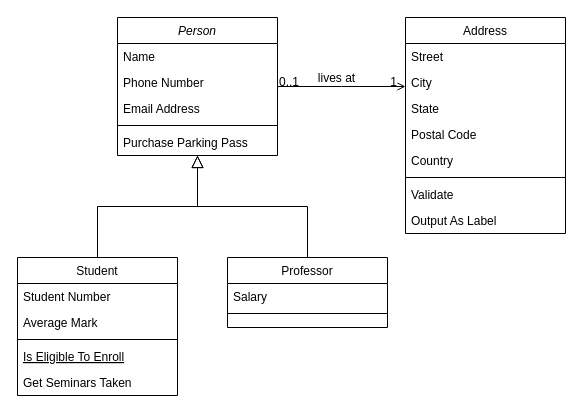
The draw.io diagram diagrams/JJ.drawio in bso-hef/quarkus-rest-json-quickstart, before the edit. Source tidied: cells renumbered, new cells numbered last; positions are measured from the earlier drawing's top-left corner, leaving out a move shared by most shapes. Both pictures are drawn from the tidied source at 100%, with x=0, y=0 at pixel (17, 17).
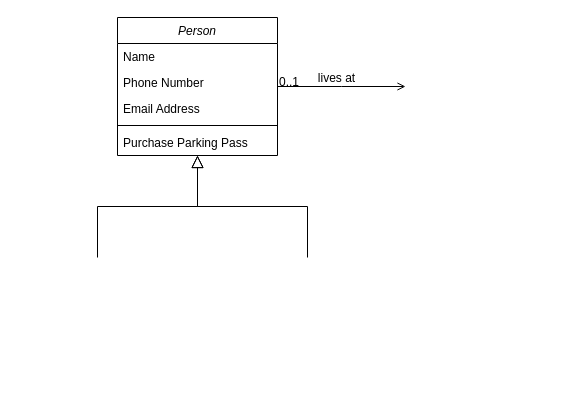
The same page after the edit.

Unchanged cells that the change refers to:
```xml
<mxCell id="2" value="Person" style="swimlane;fontStyle=2;align=center;verticalAlign=top;horizontal=1;startSize=26;rounded=0;shadow=0;strokeWidth=1;" parent="1" vertex="1">
  <mxGeometry x="100" width="160" height="138" as="geometry" />
</mxCell>
```

Change to the diagram source:
```diff
@@
-    <mxCell id="8" value="Student" style="swimlane;fontStyle=0;align=center;verticalAlign=top;horizontal=1;startSize=26;rounded=0;shadow=0;strokeWidth=1;" parent="1" vertex="1">
-      <mxGeometry y="240" width="160" height="138" as="geometry" />
-    </mxCell>
-    <mxCell id="9" value="Student Number" style="text;align=left;verticalAlign=top;spacingLeft=4;spacingRight=4;overflow=hidden;" parent="8" vertex="1">
-      <mxGeometry y="26" width="160" height="26" as="geometry" />
-    </mxCell>
-    <mxCell id="10" value="Average Mark" style="text;align=left;verticalAlign=top;spacingLeft=4;spacingRight=4;overflow=hidden;rounded=0;shadow=0;html=0;" parent="8" vertex="1">
-      <mxGeometry y="52" width="160" height="26" as="geometry" />
-    </mxCell>
-    <mxCell id="11" style="line;html=1;strokeWidth=1;align=left;verticalAlign=middle;spacingTop=-1;spacingLeft=3;spacingRight=3;labelPosition=right;" parent="8" vertex="1">
-      <mxGeometry y="78" width="160" height="8" as="geometry" />
-    </mxCell>
-    <mxCell id="12" value="Is Eligible To Enroll" style="text;align=left;verticalAlign=top;spacingLeft=4;spacingRight=4;overflow=hidden;fontStyle=4;" parent="8" vertex="1">
-      <mxGeometry y="86" width="160" height="26" as="geometry" />
-    </mxCell>
-    <mxCell id="13" value="Get Seminars Taken" style="text;align=left;verticalAlign=top;spacingLeft=4;spacingRight=4;overflow=hidden;" parent="8" vertex="1">
-      <mxGeometry y="112" width="160" height="26" as="geometry" />
-    </mxCell>
-    <mxCell id="14" style="endArrow=block;endSize=10;endFill=0;shadow=0;strokeWidth=1;rounded=0;edgeStyle=elbowEdgeStyle;elbow=vertical;" parent="1" edge="1" source="8" target="2">
-      <mxGeometry relative="1" as="geometry" />
+    <mxCell id="14" style="endArrow=block;endSize=10;endFill=0;shadow=0;strokeWidth=1;rounded=0;edgeStyle=elbowEdgeStyle;elbow=vertical;" parent="1" edge="1" target="2">
+      <mxGeometry relative="1" as="geometry">
+        <mxPoint x="80" y="240" as="sourcePoint" />
+      </mxGeometry>
     </mxCell>
-    <mxCell id="15" value="Professor" style="swimlane;fontStyle=0;align=center;verticalAlign=top;horizontal=1;startSize=26;rounded=0;shadow=0;strokeWidth=1;" parent="1" vertex="1">
-      <mxGeometry x="210" y="240" width="160" height="70" as="geometry" />
-    </mxCell>
-    <mxCell id="16" value="Salary" style="text;align=left;verticalAlign=top;spacingLeft=4;spacingRight=4;overflow=hidden;" parent="15" vertex="1">
-      <mxGeometry y="26" width="160" height="26" as="geometry" />
-    </mxCell>
-    <mxCell id="17" style="line;html=1;strokeWidth=1;align=left;verticalAlign=middle;spacingTop=-1;spacingLeft=3;spacingRight=3;labelPosition=right;" parent="15" vertex="1">
-      <mxGeometry y="52" width="160" height="8" as="geometry" />
-    </mxCell>
-    <mxCell id="18" style="endArrow=block;endSize=10;endFill=0;shadow=0;strokeWidth=1;rounded=0;edgeStyle=elbowEdgeStyle;elbow=vertical;" parent="1" edge="1" source="15" target="2">
-      <mxGeometry relative="1" as="geometry" />
+    <mxCell id="18" style="endArrow=block;endSize=10;endFill=0;shadow=0;strokeWidth=1;rounded=0;edgeStyle=elbowEdgeStyle;elbow=vertical;" parent="1" edge="1" target="2">
+      <mxGeometry relative="1" as="geometry">
+        <mxPoint x="290" y="240" as="sourcePoint" />
+      </mxGeometry>
     </mxCell>
-    <mxCell id="19" value="Address" style="swimlane;fontStyle=0;align=center;verticalAlign=top;horizontal=1;startSize=26;rounded=0;shadow=0;strokeWidth=1;" parent="1" vertex="1">
-      <mxGeometry x="388" width="160" height="216" as="geometry" />
-    </mxCell>
-    <mxCell id="20" value="Street" style="text;align=left;verticalAlign=top;spacingLeft=4;spacingRight=4;overflow=hidden;" parent="19" vertex="1">
-      <mxGeometry y="26" width="160" height="26" as="geometry" />
-    </mxCell>
-    <mxCell id="21" value="City" style="text;align=left;verticalAlign=top;spacingLeft=4;spacingRight=4;overflow=hidden;rounded=0;shadow=0;html=0;" parent="19" vertex="1">
-      <mxGeometry y="52" width="160" height="26" as="geometry" />
-    </mxCell>
-    <mxCell id="22" value="State" style="text;align=left;verticalAlign=top;spacingLeft=4;spacingRight=4;overflow=hidden;rounded=0;shadow=0;html=0;" parent="19" vertex="1">
-      <mxGeometry y="78" width="160" height="26" as="geometry" />
-    </mxCell>
-    <mxCell id="23" value="Postal Code" style="text;align=left;verticalAlign=top;spacingLeft=4;spacingRight=4;overflow=hidden;rounded=0;shadow=0;html=0;" parent="19" vertex="1">
-      <mxGeometry y="104" width="160" height="26" as="geometry" />
-    </mxCell>
-    <mxCell id="24" value="Country" style="text;align=left;verticalAlign=top;spacingLeft=4;spacingRight=4;overflow=hidden;rounded=0;shadow=0;html=0;" parent="19" vertex="1">
-      <mxGeometry y="130" width="160" height="26" as="geometry" />
-    </mxCell>
-    <mxCell id="25" style="line;html=1;strokeWidth=1;align=left;verticalAlign=middle;spacingTop=-1;spacingLeft=3;spacingRight=3;labelPosition=right;" parent="19" vertex="1">
-      <mxGeometry y="156" width="160" height="8" as="geometry" />
-    </mxCell>
-    <mxCell id="26" value="Validate" style="text;align=left;verticalAlign=top;spacingLeft=4;spacingRight=4;overflow=hidden;" parent="19" vertex="1">
-      <mxGeometry y="164" width="160" height="26" as="geometry" />
-    </mxCell>
-    <mxCell id="27" value="Output As Label" style="text;align=left;verticalAlign=top;spacingLeft=4;spacingRight=4;overflow=hidden;" parent="19" vertex="1">
-      <mxGeometry y="190" width="160" height="26" as="geometry" />
-    </mxCell>
-    <mxCell id="28" style="endArrow=open;shadow=0;strokeWidth=1;rounded=0;endFill=1;edgeStyle=elbowEdgeStyle;elbow=vertical;" parent="1" edge="1" source="2" target="19">
+    <mxCell id="28" style="endArrow=open;shadow=0;strokeWidth=1;rounded=0;endFill=1;edgeStyle=elbowEdgeStyle;elbow=vertical;" parent="1" edge="1" source="2">
       <mxGeometry x="0.5" y="41" relative="1" as="geometry">
+        <mxPoint x="388" y="69" as="targetPoint" />
         <mxPoint x="-40" y="32" as="offset" />
       </mxGeometry>
     </mxCell>
@@
-    <mxCell id="30" value="1" style="align=right;verticalAlign=bottom;labelBackgroundColor=none;fontSize=12;" parent="28" vertex="1">
-      <mxGeometry x="1" relative="1" as="geometry">
-        <mxPoint x="-7" y="4" as="offset" />
-      </mxGeometry>
-    </mxCell>
```
